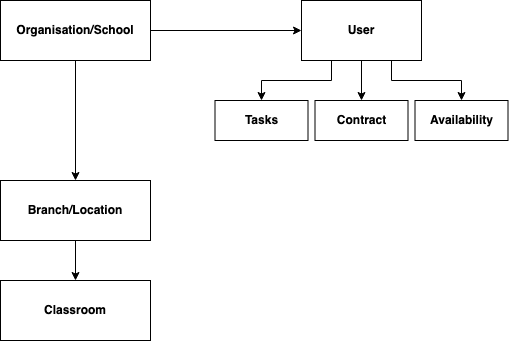
Earlier version of the draw.io export Diagram zonder titel.drawio.png (joshuahiwat/randomeasytest). Source tidied: cells renumbered, new cells last; positions are measured from the earlier drawing's top-left corner, leaving out a move shared by most shapes.
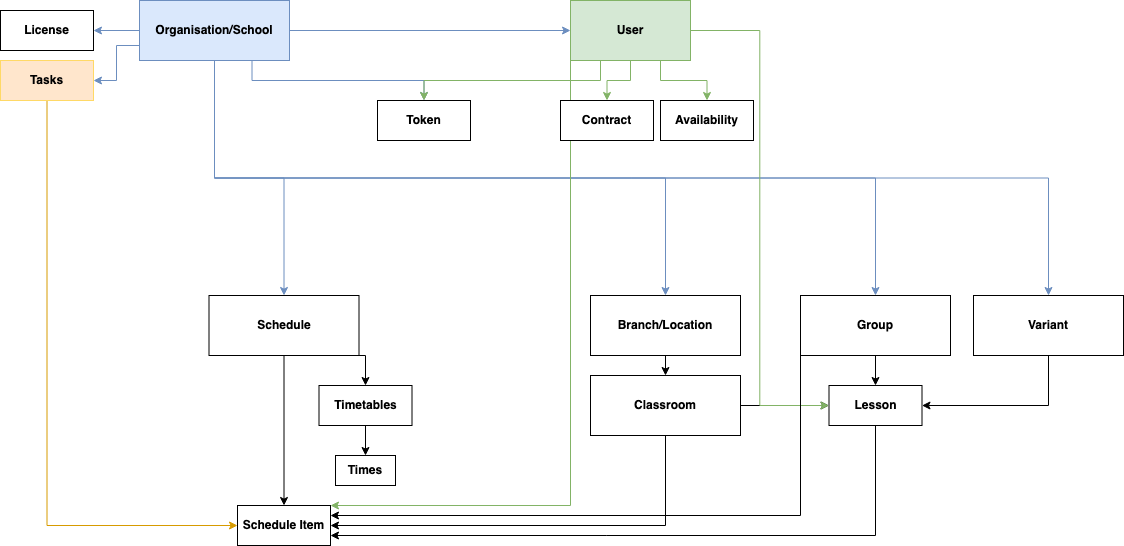
After the change.

Commit message:
EDU Middelware

The edit, as a diff of the source:
```diff
@@ -2,44 +2,134 @@
   <root>
     <mxCell id="0" />
     <mxCell id="1" parent="0" />
-    <mxCell id="2" style="edgeStyle=orthogonalEdgeStyle;rounded=0;jettySize=auto;html=1;exitX=0.5;exitY=1;exitDx=0;exitDy=0;entryX=0.5;entryY=0;entryDx=0;entryDy=0;" parent="1" edge="1" source="4" target="6">
+    <mxCell id="2" style="edgeStyle=orthogonalEdgeStyle;rounded=0;jettySize=auto;html=1;exitX=0.5;exitY=1;exitDx=0;exitDy=0;entryX=0.5;entryY=0;entryDx=0;entryDy=0;fillColor=#dae8fc;strokeColor=#6c8ebf;" parent="1" edge="1" source="4" target="6">
       <mxGeometry relative="1" as="geometry" />
     </mxCell>
-    <mxCell id="3" style="edgeStyle=orthogonalEdgeStyle;rounded=0;jettySize=auto;html=1;exitX=1;exitY=0.5;exitDx=0;exitDy=0;entryX=0;entryY=0.5;entryDx=0;entryDy=0;" parent="1" edge="1" source="4" target="11">
+    <mxCell id="3" style="edgeStyle=orthogonalEdgeStyle;rounded=0;jettySize=auto;html=1;exitX=1;exitY=0.5;exitDx=0;exitDy=0;entryX=0;entryY=0.5;entryDx=0;entryDy=0;fillColor=#dae8fc;strokeColor=#6c8ebf;" parent="1" edge="1" source="4" target="11">
       <mxGeometry relative="1" as="geometry" />
     </mxCell>
+    <mxCell id="15" style="edgeStyle=orthogonalEdgeStyle;rounded=0;jettySize=auto;html=1;exitX=0;exitY=0.5;exitDx=0;exitDy=0;entryX=1;entryY=0.5;entryDx=0;entryDy=0;fillColor=#dae8fc;strokeColor=#6c8ebf;" parent="1" edge="1" source="4" target="27">
+      <mxGeometry relative="1" as="geometry" />
+    </mxCell>
+    <mxCell id="16" style="edgeStyle=orthogonalEdgeStyle;rounded=0;jettySize=auto;html=1;exitX=0.5;exitY=1;exitDx=0;exitDy=0;" parent="1" edge="1" source="4">
+      <mxGeometry relative="1" as="geometry">
+        <mxPoint x="185" y="60" as="targetPoint" />
+      </mxGeometry>
+    </mxCell>
+    <mxCell id="17" style="edgeStyle=orthogonalEdgeStyle;rounded=0;jettySize=auto;html=1;exitX=0.75;exitY=1;exitDx=0;exitDy=0;entryX=0.5;entryY=0;entryDx=0;entryDy=0;fillColor=#dae8fc;strokeColor=#6c8ebf;" parent="1" edge="1" source="4" target="33">
+      <mxGeometry relative="1" as="geometry" />
+    </mxCell>
+    <mxCell id="18" style="edgeStyle=orthogonalEdgeStyle;rounded=0;jettySize=auto;html=1;exitX=0;exitY=0.75;exitDx=0;exitDy=0;entryX=1;entryY=0.5;entryDx=0;entryDy=0;fillColor=#dae8fc;strokeColor=#6c8ebf;" parent="1" edge="1" source="4" target="14">
+      <mxGeometry relative="1" as="geometry" />
+    </mxCell>
+    <mxCell id="19" style="edgeStyle=orthogonalEdgeStyle;rounded=0;jettySize=auto;html=1;exitX=0.5;exitY=1;exitDx=0;exitDy=0;fillColor=#dae8fc;strokeColor=#6c8ebf;" parent="1" edge="1" source="4" target="37">
+      <mxGeometry relative="1" as="geometry" />
+    </mxCell>
+    <mxCell id="20" style="edgeStyle=orthogonalEdgeStyle;rounded=0;jettySize=auto;html=1;exitX=0.5;exitY=1;exitDx=0;exitDy=0;fillColor=#dae8fc;strokeColor=#6c8ebf;" parent="1" edge="1" source="4" target="30">
+      <mxGeometry relative="1" as="geometry" />
+    </mxCell>
+    <mxCell id="21" style="edgeStyle=orthogonalEdgeStyle;rounded=0;jettySize=auto;html=1;exitX=0.5;exitY=1;exitDx=0;exitDy=0;entryX=0.5;entryY=0;entryDx=0;entryDy=0;fillColor=#dae8fc;strokeColor=#6c8ebf;" parent="1" edge="1" source="4" target="43">
+      <mxGeometry relative="1" as="geometry" />
+    </mxCell>
-    <mxCell id="4" value="&lt;b&gt;Organisation/School&lt;/b&gt;" style="rounded=0;whiteSpace=wrap;html=1;" parent="1" vertex="1">
-      <mxGeometry width="150" height="60" as="geometry" />
+    <mxCell id="4" value="&lt;b&gt;Organisation/School&lt;/b&gt;" style="rounded=0;whiteSpace=wrap;html=1;fillColor=#dae8fc;strokeColor=#6c8ebf;" parent="1" vertex="1">
+      <mxGeometry x="110" width="150" height="60" as="geometry" />
     </mxCell>
     <mxCell id="5" style="edgeStyle=orthogonalEdgeStyle;rounded=0;jettySize=auto;html=1;exitX=0.5;exitY=1;exitDx=0;exitDy=0;entryX=0.5;entryY=0;entryDx=0;entryDy=0;" parent="1" edge="1" source="6" target="7">
       <mxGeometry relative="1" as="geometry" />
     </mxCell>
     <mxCell id="6" value="&lt;b&gt;Branch/Location&lt;/b&gt;" style="rounded=0;whiteSpace=wrap;html=1;" parent="1" vertex="1">
-      <mxGeometry y="180" width="150" height="60" as="geometry" />
+      <mxGeometry x="561" y="295" width="150" height="60" as="geometry" />
     </mxCell>
+    <mxCell id="22" style="edgeStyle=orthogonalEdgeStyle;rounded=0;jettySize=auto;html=1;exitX=0.5;exitY=1;exitDx=0;exitDy=0;entryX=1;entryY=0.5;entryDx=0;entryDy=0;" parent="1" edge="1" source="7" target="38">
+      <mxGeometry relative="1" as="geometry" />
+    </mxCell>
+    <mxCell id="23" style="edgeStyle=orthogonalEdgeStyle;rounded=0;jettySize=auto;html=1;exitX=1;exitY=0.5;exitDx=0;exitDy=0;" parent="1" edge="1" source="7" target="32">
+      <mxGeometry relative="1" as="geometry" />
+    </mxCell>
     <mxCell id="7" value="&lt;b&gt;Classroom&lt;/b&gt;" style="rounded=0;whiteSpace=wrap;html=1;" parent="1" vertex="1">
-      <mxGeometry y="280" width="150" height="60" as="geometry" />
+      <mxGeometry x="561" y="375" width="150" height="60" as="geometry" />
     </mxCell>
-    <mxCell id="8" style="edgeStyle=orthogonalEdgeStyle;rounded=0;jettySize=auto;html=1;exitX=0.5;exitY=1;exitDx=0;exitDy=0;entryX=0.5;entryY=0;entryDx=0;entryDy=0;" parent="1" edge="1" source="11" target="13">
+    <mxCell id="8" style="edgeStyle=orthogonalEdgeStyle;rounded=0;jettySize=auto;html=1;exitX=0.5;exitY=1;exitDx=0;exitDy=0;entryX=0.5;entryY=0;entryDx=0;entryDy=0;fillColor=#d5e8d4;strokeColor=#82b366;" parent="1" edge="1" source="11" target="13">
       <mxGeometry relative="1" as="geometry" />
     </mxCell>
-    <mxCell id="9" style="edgeStyle=orthogonalEdgeStyle;rounded=0;jettySize=auto;html=1;exitX=0.75;exitY=1;exitDx=0;exitDy=0;entryX=0.5;entryY=0;entryDx=0;entryDy=0;" parent="1" edge="1" source="11" target="12">
+    <mxCell id="9" style="edgeStyle=orthogonalEdgeStyle;rounded=0;jettySize=auto;html=1;exitX=0.75;exitY=1;exitDx=0;exitDy=0;entryX=0.5;entryY=0;entryDx=0;entryDy=0;fillColor=#d5e8d4;strokeColor=#82b366;" parent="1" edge="1" source="11" target="12">
       <mxGeometry relative="1" as="geometry" />
     </mxCell>
-    <mxCell id="10" style="edgeStyle=orthogonalEdgeStyle;rounded=0;jettySize=auto;html=1;exitX=0.25;exitY=1;exitDx=0;exitDy=0;" parent="1" edge="1" source="11" target="14">
-      <mxGeometry relative="1" as="geometry" />
-    </mxCell>
+    <mxCell id="24" style="edgeStyle=orthogonalEdgeStyle;rounded=0;jettySize=auto;html=1;exitX=0.25;exitY=1;exitDx=0;exitDy=0;entryX=0.5;entryY=0;entryDx=0;entryDy=0;fillColor=#d5e8d4;strokeColor=#82b366;" parent="1" edge="1" source="11" target="33">
+      <mxGeometry relative="1" as="geometry" />
+    </mxCell>
+    <mxCell id="25" style="edgeStyle=orthogonalEdgeStyle;rounded=0;jettySize=auto;html=1;exitX=1;exitY=0.5;exitDx=0;exitDy=0;entryX=0;entryY=0.5;entryDx=0;entryDy=0;fillColor=#d5e8d4;strokeColor=#82b366;" parent="1" edge="1" source="11" target="32">
+      <mxGeometry relative="1" as="geometry" />
+    </mxCell>
+    <mxCell id="26" style="edgeStyle=orthogonalEdgeStyle;rounded=0;jettySize=auto;html=1;exitX=0;exitY=1;exitDx=0;exitDy=0;entryX=1;entryY=0;entryDx=0;entryDy=0;fillColor=#d5e8d4;strokeColor=#82b366;" parent="1" edge="1" source="11" target="38">
+      <mxGeometry relative="1" as="geometry">
+        <Array as="points">
+          <mxPoint x="541" y="505" />
+        </Array>
+      </mxGeometry>
+    </mxCell>
-    <mxCell id="11" value="&lt;b&gt;User&lt;/b&gt;" style="rounded=0;whiteSpace=wrap;html=1;" parent="1" vertex="1">
-      <mxGeometry x="301" width="120" height="60" as="geometry" />
+    <mxCell id="11" value="&lt;b&gt;User&lt;/b&gt;" style="rounded=0;whiteSpace=wrap;html=1;fillColor=#d5e8d4;strokeColor=#82b366;" parent="1" vertex="1">
+      <mxGeometry x="541" width="120" height="60" as="geometry" />
     </mxCell>
     <mxCell id="12" value="&lt;b&gt;Availability&lt;br&gt;&lt;/b&gt;" style="rounded=0;whiteSpace=wrap;html=1;" parent="1" vertex="1">
-      <mxGeometry x="414.5" y="100" width="93" height="40" as="geometry" />
+      <mxGeometry x="631" y="100" width="93" height="40" as="geometry" />
     </mxCell>
     <mxCell id="13" value="&lt;b&gt;Contract&lt;br&gt;&lt;/b&gt;" style="rounded=0;whiteSpace=wrap;html=1;" parent="1" vertex="1">
-      <mxGeometry x="314.5" y="100" width="93" height="40" as="geometry" />
+      <mxGeometry x="531" y="100" width="93" height="40" as="geometry" />
     </mxCell>
+    <mxCell id="27" value="&lt;b&gt;License&lt;br&gt;&lt;/b&gt;" style="rounded=0;whiteSpace=wrap;html=1;" parent="1" vertex="1">
+      <mxGeometry x="-29" y="10" width="93" height="40" as="geometry" />
+    </mxCell>
+    <mxCell id="28" style="edgeStyle=orthogonalEdgeStyle;rounded=0;jettySize=auto;html=1;exitX=0.5;exitY=1;exitDx=0;exitDy=0;entryX=0.5;entryY=0;entryDx=0;entryDy=0;" parent="1" edge="1" source="30" target="32">
+      <mxGeometry relative="1" as="geometry" />
+    </mxCell>
+    <mxCell id="29" style="edgeStyle=orthogonalEdgeStyle;rounded=0;jettySize=auto;html=1;exitX=0;exitY=1;exitDx=0;exitDy=0;entryX=1;entryY=0.25;entryDx=0;entryDy=0;" parent="1" edge="1" source="30" target="38">
+      <mxGeometry relative="1" as="geometry" />
+    </mxCell>
+    <mxCell id="30" value="&lt;b&gt;Group&lt;br&gt;&lt;/b&gt;" style="rounded=0;whiteSpace=wrap;html=1;" parent="1" vertex="1">
+      <mxGeometry x="771" y="295" width="150" height="60" as="geometry" />
+    </mxCell>
+    <mxCell id="31" style="edgeStyle=orthogonalEdgeStyle;rounded=0;jettySize=auto;html=1;exitX=0.5;exitY=1;exitDx=0;exitDy=0;entryX=1;entryY=0.75;entryDx=0;entryDy=0;" parent="1" edge="1" source="32" target="38">
+      <mxGeometry relative="1" as="geometry" />
+    </mxCell>
+    <mxCell id="32" value="&lt;b&gt;Lesson&lt;br&gt;&lt;/b&gt;" style="rounded=0;whiteSpace=wrap;html=1;" parent="1" vertex="1">
+      <mxGeometry x="799.5" y="385" width="93" height="40" as="geometry" />
+    </mxCell>
+    <mxCell id="33" value="&lt;b&gt;Token&lt;br&gt;&lt;/b&gt;" style="rounded=0;whiteSpace=wrap;html=1;" parent="1" vertex="1">
+      <mxGeometry x="348" y="100" width="93" height="40" as="geometry" />
+    </mxCell>
+    <mxCell id="34" style="edgeStyle=orthogonalEdgeStyle;rounded=0;jettySize=auto;html=1;exitX=0.5;exitY=1;exitDx=0;exitDy=0;entryX=0;entryY=0.5;entryDx=0;entryDy=0;fillColor=#ffe6cc;strokeColor=#d79b00;" parent="1" edge="1" source="14" target="38">
+      <mxGeometry relative="1" as="geometry" />
+    </mxCell>
-    <mxCell id="14" value="&lt;b&gt;Tasks&lt;br&gt;&lt;/b&gt;" style="rounded=0;whiteSpace=wrap;html=1;" parent="1" vertex="1">
-      <mxGeometry x="214.5" y="100" width="93" height="40" as="geometry" />
+    <mxCell id="14" value="&lt;b&gt;Tasks&lt;br&gt;&lt;/b&gt;" style="rounded=0;whiteSpace=wrap;html=1;fillColor=#ffe6cc;strokeColor=#FFD966;gradientColor=none;" parent="1" vertex="1">
+      <mxGeometry x="-29" y="60" width="93" height="40" as="geometry" />
     </mxCell>
+    <mxCell id="35" style="edgeStyle=orthogonalEdgeStyle;rounded=0;jettySize=auto;html=1;exitX=0.5;exitY=1;exitDx=0;exitDy=0;entryX=0.5;entryY=0;entryDx=0;entryDy=0;" parent="1" edge="1" source="37" target="38">
+      <mxGeometry relative="1" as="geometry" />
+    </mxCell>
+    <mxCell id="36" style="edgeStyle=orthogonalEdgeStyle;rounded=0;jettySize=auto;html=1;exitX=1;exitY=1;exitDx=0;exitDy=0;entryX=0.5;entryY=0;entryDx=0;entryDy=0;" parent="1" edge="1" source="37" target="40">
+      <mxGeometry relative="1" as="geometry" />
+    </mxCell>
+    <mxCell id="37" value="&lt;b&gt;Schedule&lt;br&gt;&lt;/b&gt;" style="rounded=0;whiteSpace=wrap;html=1;" parent="1" vertex="1">
+      <mxGeometry x="179.5" y="295" width="150" height="60" as="geometry" />
+    </mxCell>
+    <mxCell id="38" value="&lt;b&gt;Schedule Item&lt;br&gt;&lt;/b&gt;" style="rounded=0;whiteSpace=wrap;html=1;" parent="1" vertex="1">
+      <mxGeometry x="208" y="505" width="93" height="40" as="geometry" />
+    </mxCell>
+    <mxCell id="39" style="edgeStyle=orthogonalEdgeStyle;rounded=0;jettySize=auto;html=1;exitX=0.5;exitY=1;exitDx=0;exitDy=0;entryX=0.5;entryY=0;entryDx=0;entryDy=0;" parent="1" edge="1" source="40" target="41">
+      <mxGeometry relative="1" as="geometry" />
+    </mxCell>
+    <mxCell id="40" value="&lt;b&gt;Timetables&lt;br&gt;&lt;/b&gt;" style="rounded=0;whiteSpace=wrap;html=1;" parent="1" vertex="1">
+      <mxGeometry x="289.5" y="385" width="93" height="40" as="geometry" />
+    </mxCell>
+    <mxCell id="41" value="&lt;b&gt;Times&lt;br&gt;&lt;/b&gt;" style="rounded=0;whiteSpace=wrap;html=1;" parent="1" vertex="1">
+      <mxGeometry x="306" y="455" width="60" height="30" as="geometry" />
+    </mxCell>
+    <mxCell id="42" style="edgeStyle=orthogonalEdgeStyle;rounded=0;jettySize=auto;html=1;exitX=0.5;exitY=1;exitDx=0;exitDy=0;entryX=1;entryY=0.5;entryDx=0;entryDy=0;" parent="1" edge="1" source="43" target="32">
+      <mxGeometry relative="1" as="geometry" />
+    </mxCell>
+    <mxCell id="43" value="&lt;b&gt;Variant&lt;br&gt;&lt;/b&gt;" style="rounded=0;whiteSpace=wrap;html=1;" parent="1" vertex="1">
+      <mxGeometry x="944" y="295" width="150" height="60" as="geometry" />
+    </mxCell>
   </root>
 </mxGraphModel>
```
